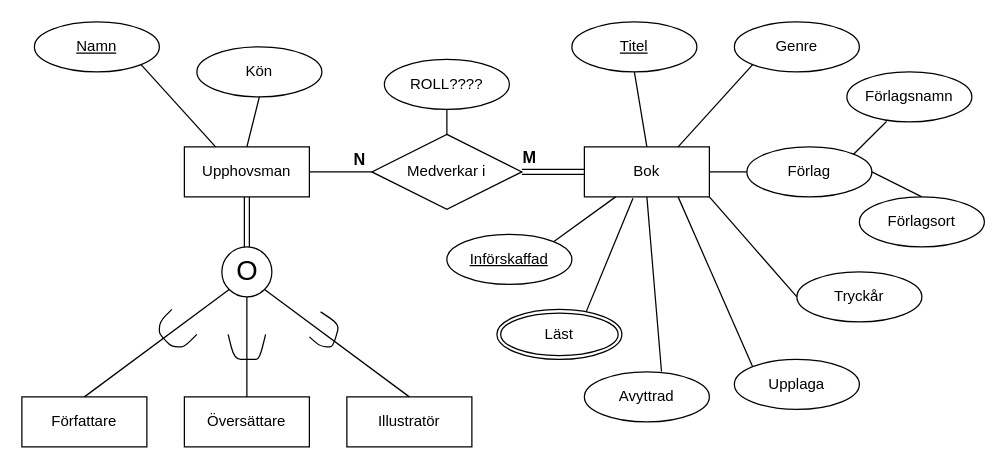
Before: Boksamling.drawio in Ingelisun/ERmodels, a draw.io diagram. Source tidied: cells renumbered, new cells numbered last; positions are measured from the earlier drawing's top-left corner, leaving out a move shared by most shapes. Both pictures are drawn from the tidied source at 125%, with x=0, y=0 at pixel (21, 21).
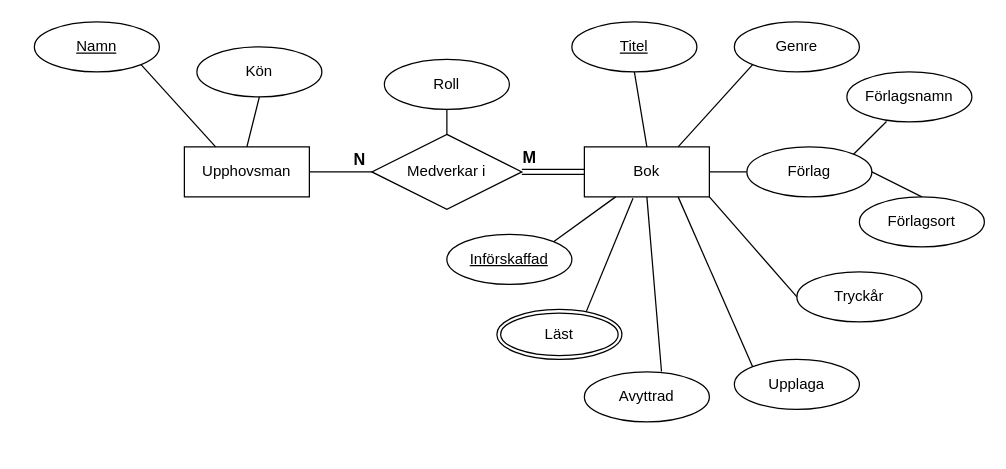
Above is the later version.

Unchanged cells that the change refers to:
```xml
<mxCell id="2" value="Upphovsman" style="whiteSpace=wrap;html=1;align=center;" parent="1" vertex="1">
  <mxGeometry x="130" y="100" width="100" height="40" as="geometry" />
</mxCell>
```

Change to the diagram source:
```diff
@@
-    <mxCell id="4" style="edgeStyle=orthogonalEdgeStyle;shape=link;rounded=0;jettySize=auto;html=1;" parent="1" edge="1" source="12" target="2">
-      <mxGeometry relative="1" as="geometry" />
-    </mxCell>
-    <mxCell id="5" value="Författare" style="whiteSpace=wrap;html=1;align=center;" parent="1" vertex="1">
-      <mxGeometry y="300" width="100" height="40" as="geometry" />
-    </mxCell>
-    <mxCell id="6" value="Översättare" style="whiteSpace=wrap;html=1;align=center;" parent="1" vertex="1">
-      <mxGeometry x="130" y="300" width="100" height="40" as="geometry" />
-    </mxCell>
-    <mxCell id="7" value="Illustratör" style="whiteSpace=wrap;html=1;align=center;" parent="1" vertex="1">
-      <mxGeometry x="260" y="300" width="100" height="40" as="geometry" />
-    </mxCell>
-    <mxCell id="8" style="endArrow=none;html=1;rounded=0;exitX=0.5;exitY=0;exitDx=0;exitDy=0;entryX=0;entryY=1;entryDx=0;entryDy=0;" parent="1" edge="1" source="5" target="12">
-      <mxGeometry relative="1" as="geometry" />
-    </mxCell>
-    <mxCell id="9" style="endArrow=none;html=1;rounded=0;exitX=0.5;exitY=0;exitDx=0;exitDy=0;entryX=0.5;entryY=1;entryDx=0;entryDy=0;" parent="1" edge="1" source="6" target="12">
-      <mxGeometry relative="1" as="geometry" />
-    </mxCell>
-    <mxCell id="10" style="endArrow=none;html=1;rounded=0;entryX=0.5;entryY=0;entryDx=0;entryDy=0;exitX=1;exitY=1;exitDx=0;exitDy=0;" parent="1" edge="1" source="12" target="7">
-      <mxGeometry relative="1" as="geometry" />
-    </mxCell>
-    <mxCell id="11" style="group;" parent="1" vertex="1">
-      <mxGeometry x="160" y="180" width="40" height="40" as="geometry" />
-    </mxCell>
-    <mxCell id="12" style="ellipse;whiteSpace=wrap;html=1;" parent="11" vertex="1">
-      <mxGeometry width="40" height="40" as="geometry" />
-    </mxCell>
-    <mxCell id="13" value="&lt;span&gt;&lt;font style=&quot;font-size: 22px&quot;&gt;O&lt;/font&gt;&lt;/span&gt;" style="text;html=1;align=center;verticalAlign=middle;fontStyle=0;" parent="11" vertex="1">
-      <mxGeometry x="5" y="10" width="30" height="20" as="geometry" />
-    </mxCell>
-    <mxCell id="14" style="endArrow=none;html=1;fontSize=26;anchorPointDirection=0;" parent="1" edge="1">
-      <mxGeometry relative="1" as="geometry">
-        <mxPoint x="120" y="230" as="sourcePoint" />
-        <mxPoint x="140" y="250" as="targetPoint" />
-        <Array as="points">
-          <mxPoint x="110" y="240" />
-          <mxPoint x="110" y="250" />
-          <mxPoint x="120" y="260" />
-          <mxPoint x="130" y="260" />
-        </Array>
-      </mxGeometry>
-    </mxCell>
-    <mxCell id="15" style="endArrow=none;html=1;fontSize=26;" parent="1" edge="1">
-      <mxGeometry relative="1" as="geometry">
-        <mxPoint x="165" y="250" as="sourcePoint" />
-        <mxPoint x="195" y="250" as="targetPoint" />
-        <Array as="points">
-          <mxPoint x="170" y="270" />
-          <mxPoint x="180" y="270" />
-          <mxPoint x="190" y="270" />
-        </Array>
-      </mxGeometry>
-    </mxCell>
-    <mxCell id="16" style="endArrow=none;html=1;fontSize=26;" parent="1" edge="1">
-      <mxGeometry relative="1" as="geometry">
-        <mxPoint x="230" y="252" as="sourcePoint" />
-        <mxPoint x="239" y="232" as="targetPoint" />
-        <Array as="points">
-          <mxPoint x="239" y="260" />
-          <mxPoint x="249" y="260" />
-          <mxPoint x="254" y="242" />
-        </Array>
-      </mxGeometry>
-    </mxCell>
@@
-    <mxCell id="46" value="ROLL????" style="ellipse;whiteSpace=wrap;html=1;align=center;fontSize=12;" parent="1" vertex="1">
+    <mxCell id="46" value="Roll" style="ellipse;whiteSpace=wrap;html=1;align=center;fontSize=12;" parent="1" vertex="1">
       <mxGeometry x="290" y="30" width="100" height="40" as="geometry" />
     </mxCell>
```
